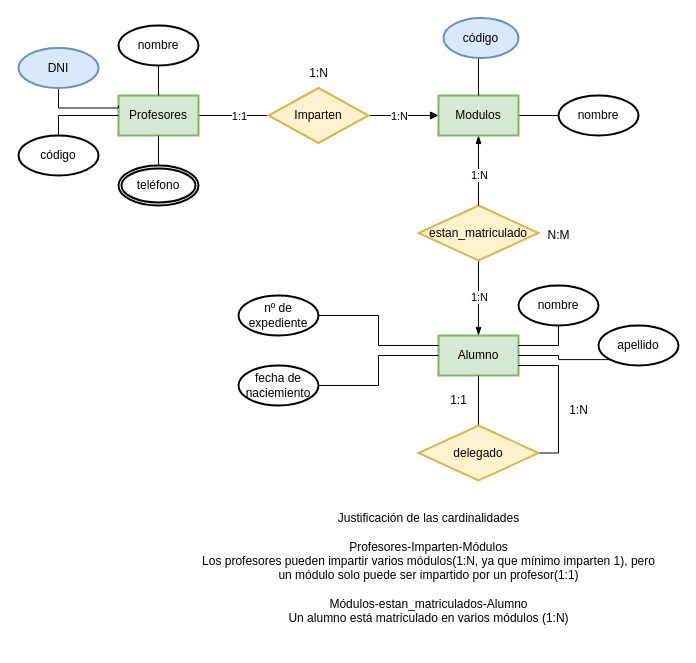
JuanManuelMM/Base-Datos keeps this draw.io diagram as page "Ej5" (4 of 9) of Tareas/Tarea3/Tarea3.drawio. Above is the earlier version. Source tidied: cells renumbered, new cells numbered last; positions are measured from the earlier drawing's top-left corner, leaving out a move shared by most shapes. Both pictures are drawn from the tidied source at 100%, with x=0, y=0 at pixel (18, 17).
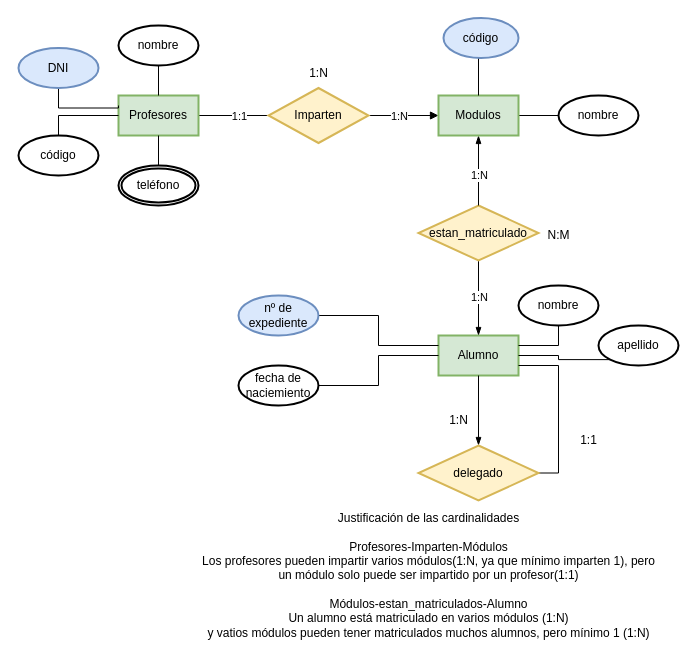
After the change.

The change refers to these unchanged cells:
```xml
<mxCell id="5" value="Alumno" style="whiteSpace=wrap;html=1;align=center;strokeWidth=2;fillColor=#d5e8d4;strokeColor=#82b366;" parent="1" vertex="1">
  <mxGeometry x="420" y="318" width="80" height="40" as="geometry" />
</mxCell>
```

What changed in the source:
```diff
@@
-    <mxCell id="16" style="edgeStyle=orthogonalEdgeStyle;rounded=0;jettySize=auto;html=1;exitX=0.5;exitY=0;exitDx=0;exitDy=0;entryX=0.5;entryY=1;entryDx=0;entryDy=0;endArrow=none;endFill=0;" parent="1" edge="1" source="18" target="5">
+    <mxCell id="16" style="edgeStyle=orthogonalEdgeStyle;rounded=0;jettySize=auto;html=1;exitX=0.5;exitY=0;exitDx=0;exitDy=0;entryX=0.5;entryY=1;entryDx=0;entryDy=0;endArrow=none;endFill=0;startArrow=blockThin;startFill=1;" parent="1" edge="1" source="18" target="5">
       <mxGeometry relative="1" as="geometry" />
     </mxCell>
@@
     <mxCell id="18" value="delegado" style="shape=rhombus;perimeter=rhombusPerimeter;whiteSpace=wrap;html=1;align=center;strokeWidth=2;fillColor=#fff2cc;strokeColor=#d6b656;" parent="1" vertex="1">
-      <mxGeometry x="400" y="408" width="120" height="55" as="geometry" />
+      <mxGeometry x="400" y="428" width="120" height="55" as="geometry" />
     </mxCell>
@@
     <mxCell id="21" value="1:N" style="text;html=1;align=center;verticalAlign=middle;strokeColor=none;fillColor=none;" parent="1" vertex="1">
-      <mxGeometry x="540" y="378" width="40" height="30" as="geometry" />
+      <mxGeometry x="420" y="388" width="40" height="30" as="geometry" />
     </mxCell>
     <mxCell id="22" value="1:1" style="text;html=1;align=center;verticalAlign=middle;strokeColor=none;fillColor=none;" parent="1" vertex="1">
-      <mxGeometry x="420" y="368" width="40" height="30" as="geometry" />
+      <mxGeometry x="550" y="408" width="40" height="30" as="geometry" />
     </mxCell>
@@
-    <mxCell id="37" value="nº de expediente" style="ellipse;whiteSpace=wrap;html=1;align=center;strokeWidth=2;" parent="1" vertex="1">
+    <mxCell id="37" value="nº de expediente" style="ellipse;whiteSpace=wrap;html=1;align=center;strokeWidth=2;fillColor=#dae8fc;strokeColor=#6c8ebf;" parent="1" vertex="1">
       <mxGeometry x="220" y="278" width="80" height="40" as="geometry" />
     </mxCell>
@@
-    <mxCell id="42" value="Justificación de las cardinalidades&lt;br&gt;&lt;br&gt;Profesores-Imparten-Módulos&lt;br&gt;Los profesores pueden impartir varios módulos(1:N, ya que mínimo imparten 1), pero&lt;br&gt;un módulo solo puede ser impartido por un profesor(1:1)&lt;br&gt;&lt;br&gt;Módulos-estan_matriculados-Alumno&lt;br&gt;Un alumno está matriculado en varios módulos (1:N)&lt;br&gt;&lt;br&gt;" style="text;html=1;align=center;verticalAlign=middle;strokeColor=none;fillColor=none;" parent="1" vertex="1">
+    <mxCell id="42" value="Justificación de las cardinalidades&lt;br&gt;&lt;br&gt;Profesores-Imparten-Módulos&lt;br&gt;Los profesores pueden impartir varios módulos(1:N, ya que mínimo imparten 1), pero&lt;br&gt;un módulo solo puede ser impartido por un profesor(1:1)&lt;br&gt;&lt;br&gt;Módulos-estan_matriculados-Alumno&lt;br&gt;Un alumno está matriculado en varios módulos (1:N)&lt;br&gt;y vatios módulos pueden tener matriculados muchos alumnos, pero mínimo 1 (1:N)&lt;br&gt;" style="text;html=1;align=center;verticalAlign=middle;strokeColor=none;fillColor=none;" parent="1" vertex="1">
       <mxGeometry x="170" y="488" width="480" height="140" as="geometry" />
     </mxCell>
```
